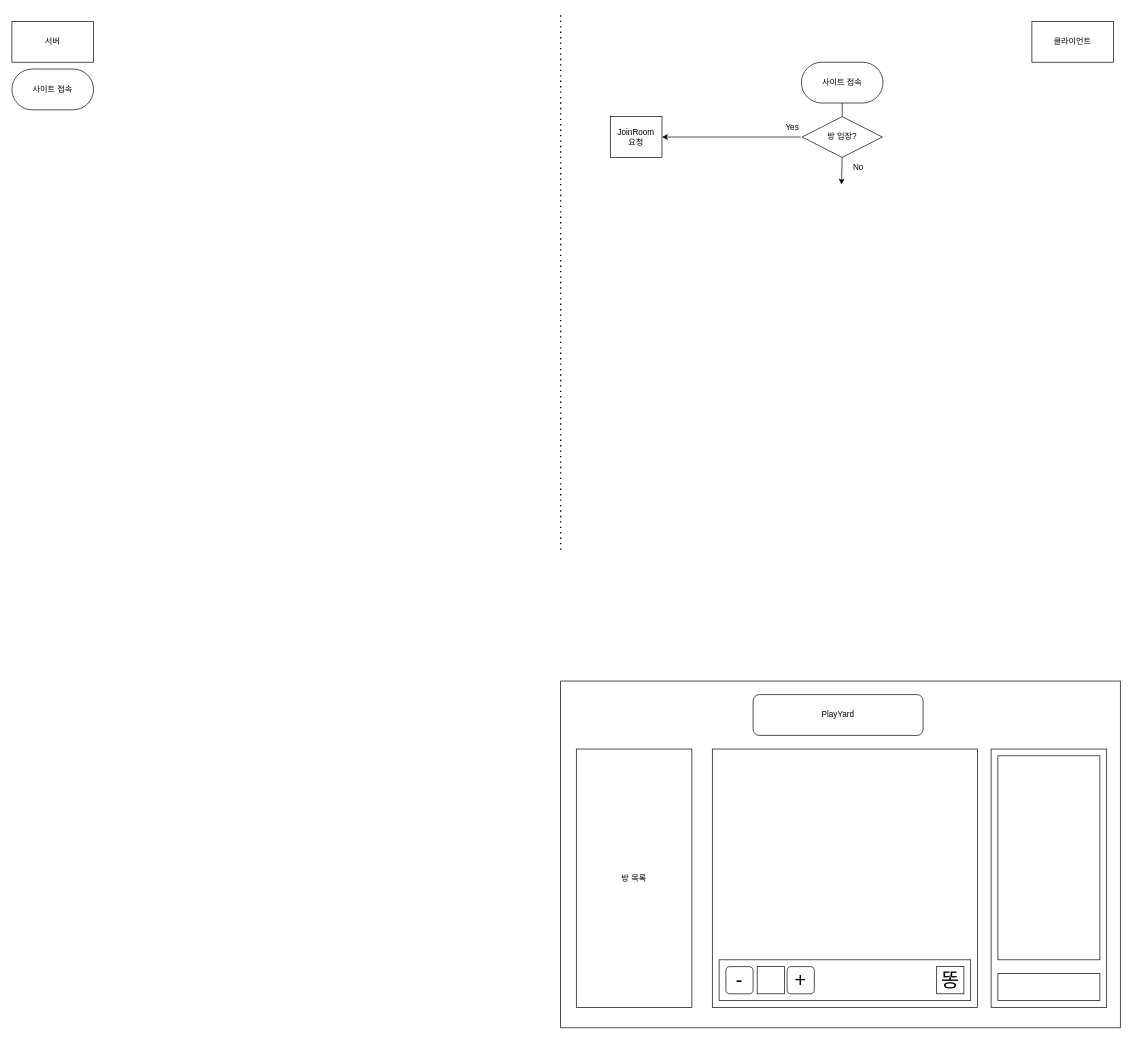
riulwoo/playyard keeps this draw.io diagram as Untitled Diagram.drawio. Above is the earlier version. Source tidied: cells renumbered, new cells numbered last; positions are measured from the earlier drawing's top-left corner, leaving out a move shared by most shapes. Both pictures are drawn from the tidied source at 68%, with x=0, y=0 at pixel (12, 12).
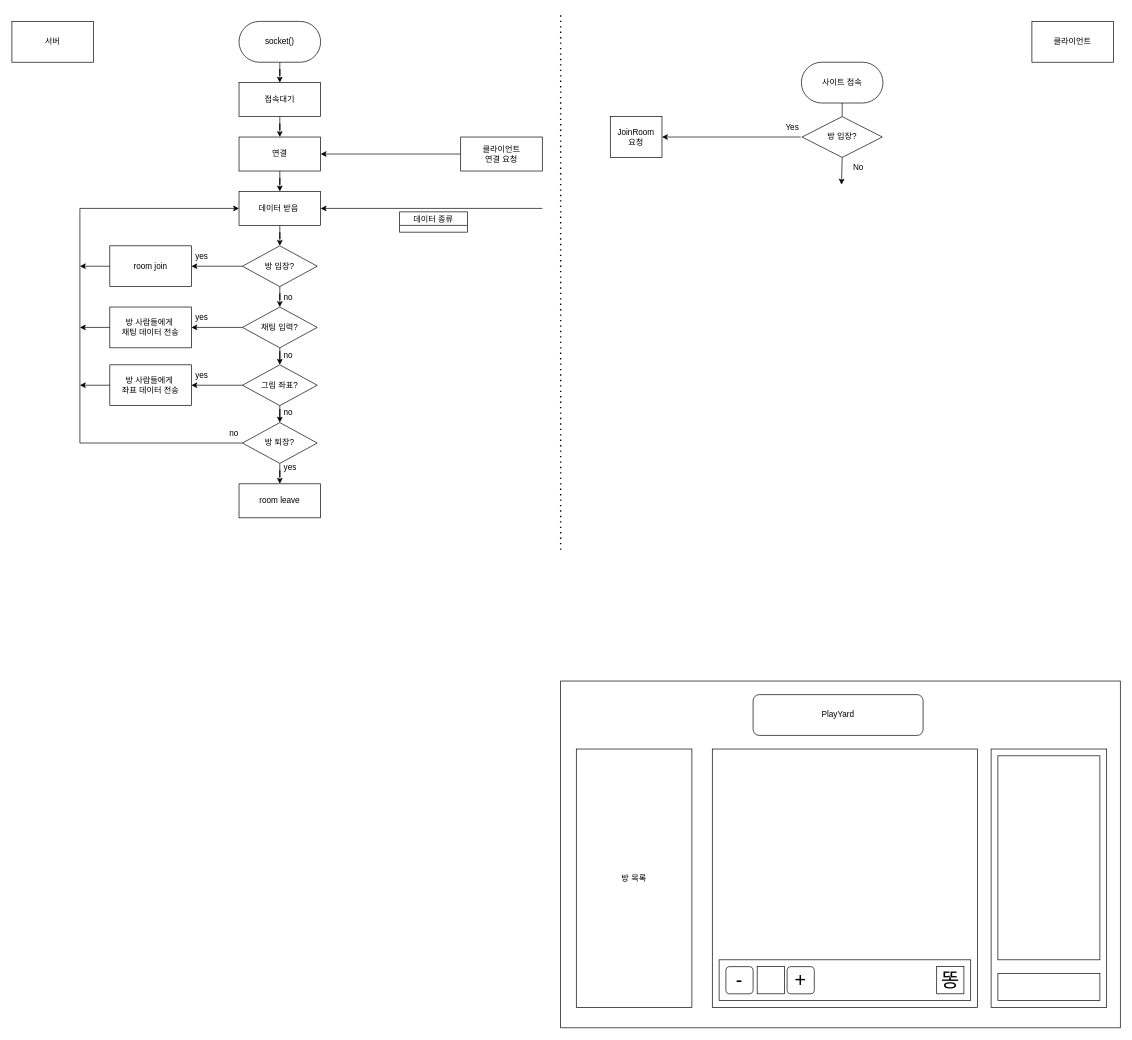
The same page after the edit.

What changed in the source:
```diff
@@
-    <mxCell id="5" value="사이트 접속" style="rounded=1;whiteSpace=wrap;html=1;arcSize=50;" parent="1" vertex="1">
-      <mxGeometry y="83" width="120" height="60" as="geometry" />
-    </mxCell>
@@
+    <mxCell id="26" style="edgeStyle=orthogonalEdgeStyle;rounded=0;jettySize=auto;html=1;" parent="1" edge="1" source="27" target="29">
+      <mxGeometry relative="1" as="geometry" />
+    </mxCell>
@@
+    <mxCell id="27" value="socket()" style="rounded=1;whiteSpace=wrap;html=1;arcSize=50;" parent="1" vertex="1">
+      <mxGeometry x="334" y="13" width="120" height="60" as="geometry" />
+    </mxCell>
@@
+    <mxCell id="28" style="edgeStyle=orthogonalEdgeStyle;rounded=0;jettySize=auto;html=1;" parent="1" edge="1" source="29" target="31">
+      <mxGeometry relative="1" as="geometry" />
+    </mxCell>
@@
+    <mxCell id="29" value="접속대기" style="rounded=1;whiteSpace=wrap;html=1;arcSize=0;" parent="1" vertex="1">
+      <mxGeometry x="334" y="103" width="120" height="50" as="geometry" />
+    </mxCell>
@@
+    <mxCell id="30" style="edgeStyle=orthogonalEdgeStyle;rounded=0;jettySize=auto;html=1;" parent="1" edge="1" source="31" target="34">
+      <mxGeometry relative="1" as="geometry" />
+    </mxCell>
@@
+    <mxCell id="31" value="연결" style="whiteSpace=wrap;html=1;rounded=1;arcSize=0;" parent="1" vertex="1">
+      <mxGeometry x="334" y="183" width="120" height="50" as="geometry" />
+    </mxCell>
@@
+    <mxCell id="32" style="endArrow=classic;html=1;rounded=0;entryX=1;entryY=0.5;entryDx=0;entryDy=0;" parent="1" edge="1" target="31">
+      <mxGeometry relative="1" as="geometry">
+        <mxPoint x="660" y="208" as="sourcePoint" />
+      </mxGeometry>
+    </mxCell>
@@
+    <mxCell id="33" style="edgeStyle=orthogonalEdgeStyle;rounded=0;jettySize=auto;html=1;" parent="1" edge="1" source="34" target="39">
+      <mxGeometry relative="1" as="geometry" />
+    </mxCell>
+    <mxCell id="34" value="데이터 받음&amp;nbsp;" style="whiteSpace=wrap;html=1;rounded=1;arcSize=0;" parent="1" vertex="1">
+      <mxGeometry x="334" y="263" width="120" height="50" as="geometry" />
+    </mxCell>
+    <mxCell id="35" style="endArrow=classic;html=1;rounded=0;entryX=1;entryY=0.5;entryDx=0;entryDy=0;" parent="1" edge="1" target="34">
+      <mxGeometry relative="1" as="geometry">
+        <mxPoint x="780" y="288" as="sourcePoint" />
+      </mxGeometry>
+    </mxCell>
+    <mxCell id="36" value="데이터 종류" style="swimlane;fontStyle=0;horizontal=1;startSize=20;" parent="1" vertex="1" collapsed="1">
+      <mxGeometry x="570" y="293" width="100" height="30" as="geometry" />
+    </mxCell>
+    <mxCell id="37" style="edgeStyle=orthogonalEdgeStyle;rounded=0;jettySize=auto;html=1;" parent="1" edge="1" source="39" target="41">
+      <mxGeometry relative="1" as="geometry" />
+    </mxCell>
+    <mxCell id="38" style="edgeStyle=orthogonalEdgeStyle;rounded=0;jettySize=auto;html=1;" parent="1" edge="1" source="39" target="45">
+      <mxGeometry relative="1" as="geometry" />
+    </mxCell>
+    <mxCell id="39" value="방 입장?" style="rhombus;whiteSpace=wrap;html=1;rounded=1;arcSize=0;" parent="1" vertex="1">
+      <mxGeometry x="339" y="343" width="110" height="60" as="geometry" />
+    </mxCell>
+    <mxCell id="40" value="클라이언트&lt;br&gt;연결 요청" style="rounded=0;whiteSpace=wrap;html=1;" parent="1" vertex="1">
+      <mxGeometry x="660" y="183" width="120" height="50" as="geometry" />
+    </mxCell>
+    <mxCell id="41" value="room join" style="whiteSpace=wrap;html=1;rounded=1;arcSize=0;" parent="1" vertex="1">
+      <mxGeometry x="144" y="343" width="120" height="60" as="geometry" />
+    </mxCell>
+    <mxCell id="42" value="yes" style="text;strokeColor=none;fillColor=none;align=left;verticalAlign=middle;spacingLeft=4;spacingRight=4;overflow=hidden;" parent="1" vertex="1">
+      <mxGeometry x="264" y="343" width="80" height="30" as="geometry" />
+    </mxCell>
+    <mxCell id="43" style="edgeStyle=orthogonalEdgeStyle;rounded=0;jettySize=auto;html=1;" parent="1" edge="1" source="45" target="49">
+      <mxGeometry relative="1" as="geometry" />
+    </mxCell>
+    <mxCell id="44" style="edgeStyle=orthogonalEdgeStyle;rounded=0;jettySize=auto;html=1;" parent="1" edge="1" source="45" target="58">
+      <mxGeometry relative="1" as="geometry" />
+    </mxCell>
+    <mxCell id="45" value="채팅 입력?" style="rhombus;whiteSpace=wrap;html=1;rounded=1;arcSize=0;" parent="1" vertex="1">
+      <mxGeometry x="339" y="433" width="110" height="60" as="geometry" />
+    </mxCell>
+    <mxCell id="46" value="no" style="text;strokeColor=none;fillColor=none;align=left;verticalAlign=middle;spacingLeft=4;spacingRight=4;overflow=hidden;" parent="1" vertex="1">
+      <mxGeometry x="394" y="403" width="80" height="30" as="geometry" />
+    </mxCell>
+    <mxCell id="47" style="edgeStyle=orthogonalEdgeStyle;rounded=0;jettySize=auto;html=1;" parent="1" edge="1" source="49" target="51">
+      <mxGeometry relative="1" as="geometry" />
+    </mxCell>
+    <mxCell id="48" style="edgeStyle=orthogonalEdgeStyle;rounded=0;jettySize=auto;html=1;" parent="1" edge="1" source="49" target="59">
+      <mxGeometry relative="1" as="geometry" />
+    </mxCell>
+    <mxCell id="49" value="그림 좌표?" style="rhombus;whiteSpace=wrap;html=1;rounded=1;arcSize=0;" parent="1" vertex="1">
+      <mxGeometry x="339" y="518" width="110" height="60" as="geometry" />
+    </mxCell>
+    <mxCell id="50" style="edgeStyle=orthogonalEdgeStyle;rounded=0;jettySize=auto;html=1;" parent="1" edge="1" source="51" target="54">
+      <mxGeometry relative="1" as="geometry" />
+    </mxCell>
+    <mxCell id="51" value="방 퇴장?" style="rhombus;whiteSpace=wrap;html=1;rounded=1;arcSize=0;" parent="1" vertex="1">
+      <mxGeometry x="339" y="603" width="110" height="60" as="geometry" />
+    </mxCell>
+    <mxCell id="52" value="no" style="text;strokeColor=none;fillColor=none;align=left;verticalAlign=middle;spacingLeft=4;spacingRight=4;overflow=hidden;" parent="1" vertex="1">
+      <mxGeometry x="394" y="488" width="80" height="30" as="geometry" />
+    </mxCell>
+    <mxCell id="53" value="no" style="text;strokeColor=none;fillColor=none;align=left;verticalAlign=middle;spacingLeft=4;spacingRight=4;overflow=hidden;" parent="1" vertex="1">
+      <mxGeometry x="394" y="573" width="80" height="30" as="geometry" />
+    </mxCell>
+    <mxCell id="54" value="room leave" style="whiteSpace=wrap;html=1;rounded=1;arcSize=0;" parent="1" vertex="1">
+      <mxGeometry x="334" y="693" width="120" height="50" as="geometry" />
+    </mxCell>
+    <mxCell id="55" style="endArrow=classic;html=1;rounded=0;exitX=0;exitY=0.5;exitDx=0;exitDy=0;entryX=0;entryY=0.5;entryDx=0;entryDy=0;" parent="1" edge="1" source="51" target="34">
+      <mxGeometry relative="1" as="geometry">
+        <Array as="points">
+          <mxPoint x="100" y="633" />
+          <mxPoint x="100" y="288" />
+        </Array>
+      </mxGeometry>
+    </mxCell>
+    <mxCell id="56" value="no" style="text;strokeColor=none;fillColor=none;align=left;verticalAlign=middle;spacingLeft=4;spacingRight=4;overflow=hidden;" parent="1" vertex="1">
+      <mxGeometry x="314" y="603" width="80" height="30" as="geometry" />
+    </mxCell>
+    <mxCell id="57" value="yes" style="text;strokeColor=none;fillColor=none;align=left;verticalAlign=middle;spacingLeft=4;spacingRight=4;overflow=hidden;" parent="1" vertex="1">
+      <mxGeometry x="394" y="653" width="80" height="30" as="geometry" />
+    </mxCell>
+    <mxCell id="58" value="방 사람들에게&amp;nbsp;&lt;br&gt;채팅 데이터 전송" style="whiteSpace=wrap;html=1;rounded=1;arcSize=0;" parent="1" vertex="1">
+      <mxGeometry x="144" y="433" width="120" height="60" as="geometry" />
+    </mxCell>
+    <mxCell id="59" value="방 사람들에게&amp;nbsp;&lt;br&gt;좌표 데이터 전송" style="whiteSpace=wrap;html=1;rounded=1;arcSize=0;" parent="1" vertex="1">
+      <mxGeometry x="144" y="518" width="120" height="60" as="geometry" />
+    </mxCell>
+    <mxCell id="60" value="yes" style="text;strokeColor=none;fillColor=none;align=left;verticalAlign=middle;spacingLeft=4;spacingRight=4;overflow=hidden;" parent="1" vertex="1">
+      <mxGeometry x="264" y="433" width="80" height="30" as="geometry" />
+    </mxCell>
+    <mxCell id="61" value="yes" style="text;strokeColor=none;fillColor=none;align=left;verticalAlign=middle;spacingLeft=4;spacingRight=4;overflow=hidden;" parent="1" vertex="1">
+      <mxGeometry x="264" y="518" width="80" height="30" as="geometry" />
+    </mxCell>
+    <mxCell id="62" style="endArrow=classic;html=1;rounded=0;exitX=0;exitY=0.5;exitDx=0;exitDy=0;" parent="1" edge="1" source="59">
+      <mxGeometry relative="1" as="geometry">
+        <mxPoint x="100" y="548" as="targetPoint" />
+      </mxGeometry>
+    </mxCell>
+    <mxCell id="63" style="endArrow=classic;html=1;rounded=0;exitX=0;exitY=0.5;exitDx=0;exitDy=0;" parent="1" edge="1" source="58">
+      <mxGeometry relative="1" as="geometry">
+        <mxPoint x="100" y="463" as="targetPoint" />
+      </mxGeometry>
+    </mxCell>
+    <mxCell id="64" style="endArrow=classic;html=1;rounded=0;exitX=0;exitY=0.5;exitDx=0;exitDy=0;" parent="1" edge="1" source="41">
+      <mxGeometry relative="1" as="geometry">
+        <mxPoint x="100" y="373" as="targetPoint" />
+      </mxGeometry>
+    </mxCell>
```
